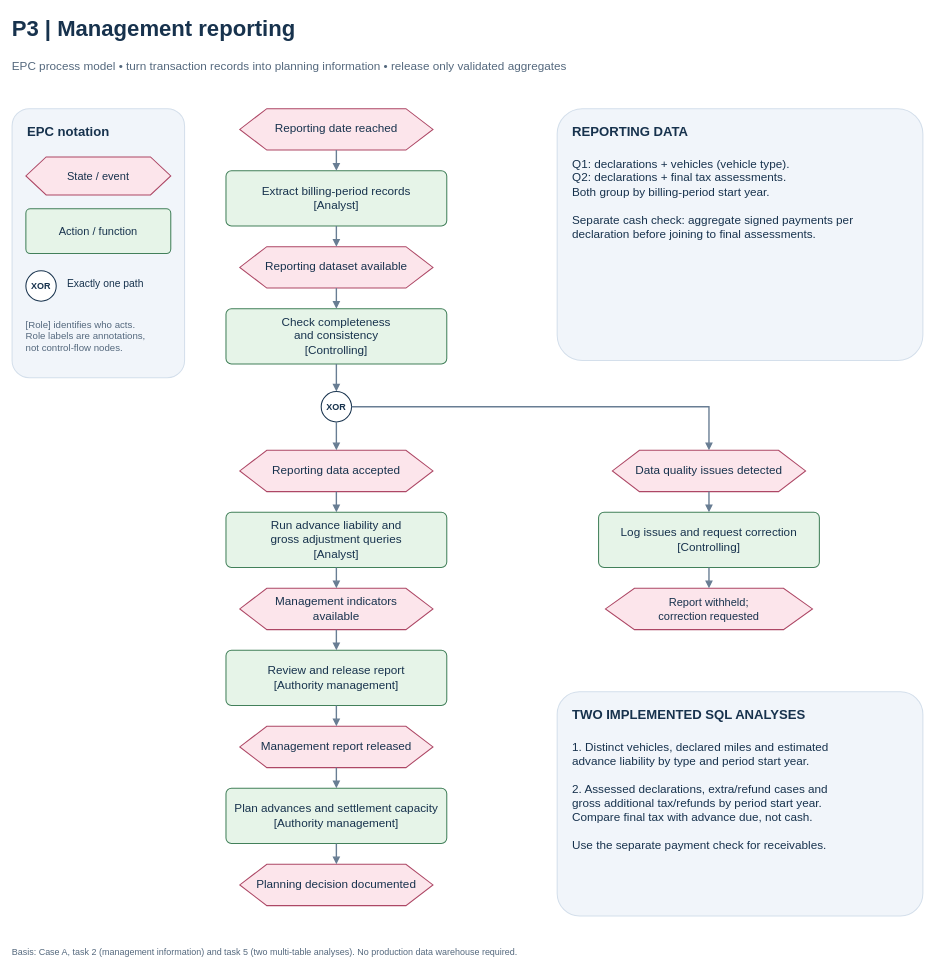
The draw.io diagram page "03 - Management reporting" (5 of 5) of eved_scope_and_processes.drawio in Mclement197/ikt-hsg-2026, before the edit. Source tidied: cells renumbered, new cells numbered last; positions are measured from the earlier drawing's top-left corner, leaving out a move shared by most shapes. Both pictures are drawn from the tidied source at 69%, with x=0, y=0 at pixel (12, 12).
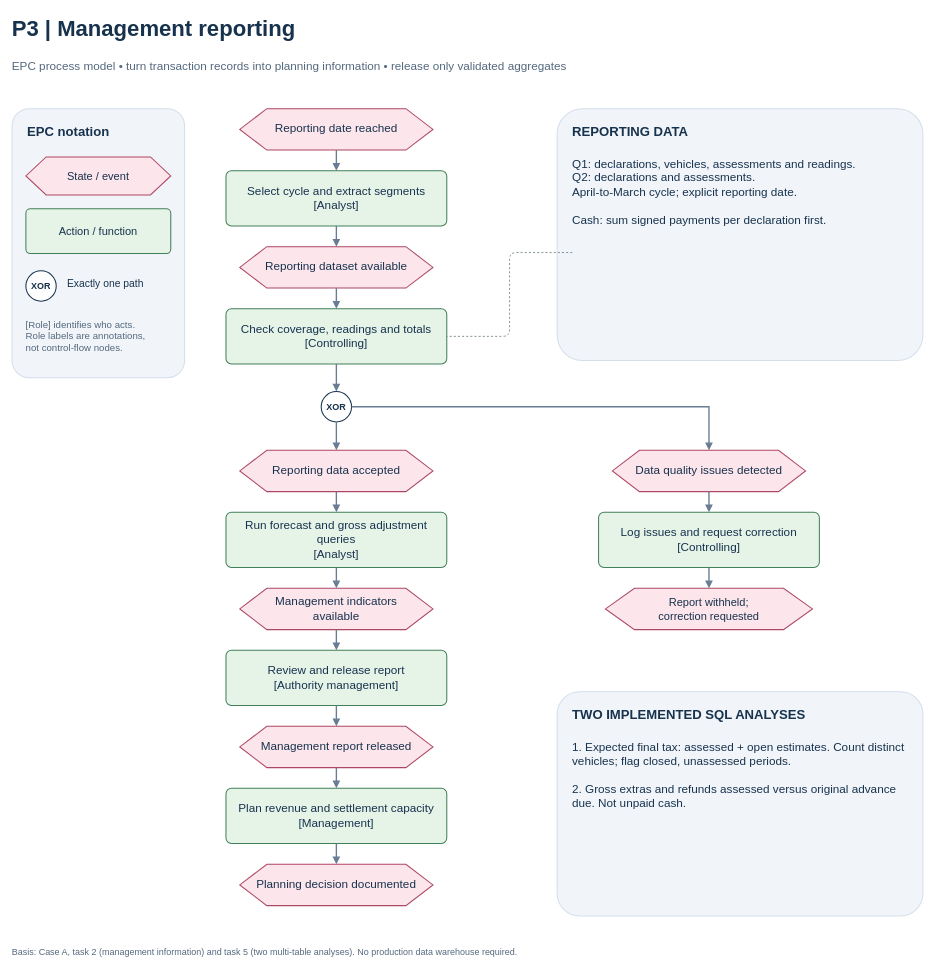
After the change.

Change to the diagram source:
```diff
@@
-    <mxCell id="14" value="Q1: declarations + vehicles (vehicle type).&#10;Q2: declarations + final tax assessments.&#10;Both group by billing-period start year.&#10;&#10;Separate cash check: aggregate signed payments per&#10;declaration before joining to final assessments." style="whiteSpace=wrap;html=0;fontFamily=Arial;fontSize=17;fontColor=#17324D;fillColor=none;strokeColor=none;strokeWidth=1.5;align=left;verticalAlign=middle;spacing=12;text;spacing=0;" parent="1" vertex="1">
+    <mxCell id="14" value="Q1: declarations, vehicles, assessments and readings.&#10;Q2: declarations and assessments.&#10;April-to-March cycle; explicit reporting date.&#10;&#10;Cash: sum signed payments per declaration first." style="whiteSpace=wrap;html=0;fontFamily=Arial;fontSize=17;fontColor=#17324D;fillColor=none;strokeColor=none;strokeWidth=1.5;align=left;verticalAlign=middle;spacing=12;text;spacing=0;" parent="1" vertex="1">
       <mxGeometry x="812" y="206" width="486" height="285" as="geometry" />
     </mxCell>
@@
-    <mxCell id="16" value="Extract billing-period records&#10;[Analyst]" style="whiteSpace=wrap;html=0;fontFamily=Arial;fontSize=17;fontColor=#17324D;fillColor=#E6F4E8;strokeColor=#42805A;strokeWidth=1.5;align=center;verticalAlign=middle;spacing=12;rounded=1;arcSize=10;" parent="1" vertex="1">
+    <mxCell id="16" value="Select cycle and extract segments&#10;[Analyst]" style="whiteSpace=wrap;html=0;fontFamily=Arial;fontSize=17;fontColor=#17324D;fillColor=#E6F4E8;strokeColor=#42805A;strokeWidth=1.5;align=center;verticalAlign=middle;spacing=12;rounded=1;arcSize=10;" parent="1" vertex="1">
       <mxGeometry x="310" y="230" width="320" height="80" as="geometry" />
     </mxCell>
@@
-    <mxCell id="18" value="Check completeness&#10;and consistency&#10;[Controlling]" style="whiteSpace=wrap;html=0;fontFamily=Arial;fontSize=17;fontColor=#17324D;fillColor=#E6F4E8;strokeColor=#42805A;strokeWidth=1.5;align=center;verticalAlign=middle;spacing=12;rounded=1;arcSize=10;" parent="1" vertex="1">
+    <mxCell id="18" value="Check coverage, readings and totals&#10;[Controlling]" style="whiteSpace=wrap;html=0;fontFamily=Arial;fontSize=17;fontColor=#17324D;fillColor=#E6F4E8;strokeColor=#42805A;strokeWidth=1.5;align=center;verticalAlign=middle;spacing=12;rounded=1;arcSize=10;" parent="1" vertex="1">
       <mxGeometry x="310" y="430" width="320" height="80" as="geometry" />
     </mxCell>
@@
-    <mxCell id="21" value="Run advance liability and&#10;gross adjustment queries&#10;[Analyst]" style="whiteSpace=wrap;html=0;fontFamily=Arial;fontSize=17;fontColor=#17324D;fillColor=#E6F4E8;strokeColor=#42805A;strokeWidth=1.5;align=center;verticalAlign=middle;spacing=12;rounded=1;arcSize=10;" parent="1" vertex="1">
+    <mxCell id="21" value="Run forecast and gross adjustment queries&#10;[Analyst]" style="whiteSpace=wrap;html=0;fontFamily=Arial;fontSize=17;fontColor=#17324D;fillColor=#E6F4E8;strokeColor=#42805A;strokeWidth=1.5;align=center;verticalAlign=middle;spacing=12;rounded=1;arcSize=10;" parent="1" vertex="1">
       <mxGeometry x="310" y="725" width="320" height="80" as="geometry" />
     </mxCell>
@@
-    <mxCell id="25" value="Plan advances and settlement capacity&#10;[Authority management]" style="whiteSpace=wrap;html=0;fontFamily=Arial;fontSize=17;fontColor=#17324D;fillColor=#E6F4E8;strokeColor=#42805A;strokeWidth=1.5;align=center;verticalAlign=middle;spacing=12;rounded=1;arcSize=10;" parent="1" vertex="1">
+    <mxCell id="25" value="Plan revenue and settlement capacity&#10;[Management]" style="whiteSpace=wrap;html=0;fontFamily=Arial;fontSize=17;fontColor=#17324D;fillColor=#E6F4E8;strokeColor=#42805A;strokeWidth=1.5;align=center;verticalAlign=middle;spacing=12;rounded=1;arcSize=10;" parent="1" vertex="1">
       <mxGeometry x="310" y="1125" width="320" height="80" as="geometry" />
     </mxCell>
@@
-    <mxCell id="32" value="1. Distinct vehicles, declared miles and estimated&#10;advance liability by type and period start year.&#10;&#10;2. Assessed declarations, extra/refund cases and&#10;gross additional tax/refunds by period start year.&#10;Compare final tax with advance due, not cash.&#10;&#10;Use the separate payment check for receivables." style="whiteSpace=wrap;html=0;fontFamily=Arial;fontSize=17;fontColor=#17324D;fillColor=none;strokeColor=none;strokeWidth=1.5;align=left;verticalAlign=middle;spacing=12;text;spacing=0;" parent="1" vertex="1">
+    <mxCell id="32" value="1. Expected final tax: assessed + open estimates. Count distinct vehicles; flag closed, unassessed periods.&#10;&#10;2. Gross extras and refunds assessed versus original advance due. Not unpaid cash." style="whiteSpace=wrap;html=0;fontFamily=Arial;fontSize=17;fontColor=#17324D;fillColor=none;strokeColor=none;strokeWidth=1.5;align=left;verticalAlign=middle;spacing=12;text;spacing=0;" parent="1" vertex="1">
       <mxGeometry x="812" y="1051" width="486" height="245" as="geometry" />
     </mxCell>
@@
+    <mxCell id="48" style="edgeStyle=orthogonalEdgeStyle;strokeColor=#52666C;dashed=1;endArrow=none;" parent="1" edge="1" source="14" target="18">
+      <mxGeometry relative="1" as="geometry" />
+    </mxCell>
```
